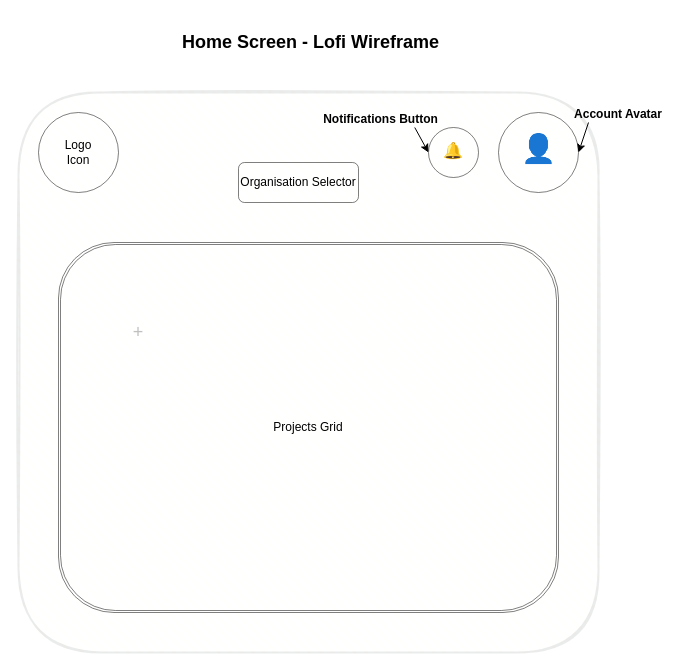
Before: page "Wireframes" (4 of 4) of packages/flutter/apps/adventuring/the_process/docs/design/home/home.dio in enspyrco/monorepo, a draw.io diagram. Source tidied: cells renumbered, new cells numbered last; positions are measured from the earlier drawing's top-left corner, leaving out a move shared by most shapes. Both pictures are drawn from the tidied source at 100%, with x=0, y=0 at pixel (18, 32).
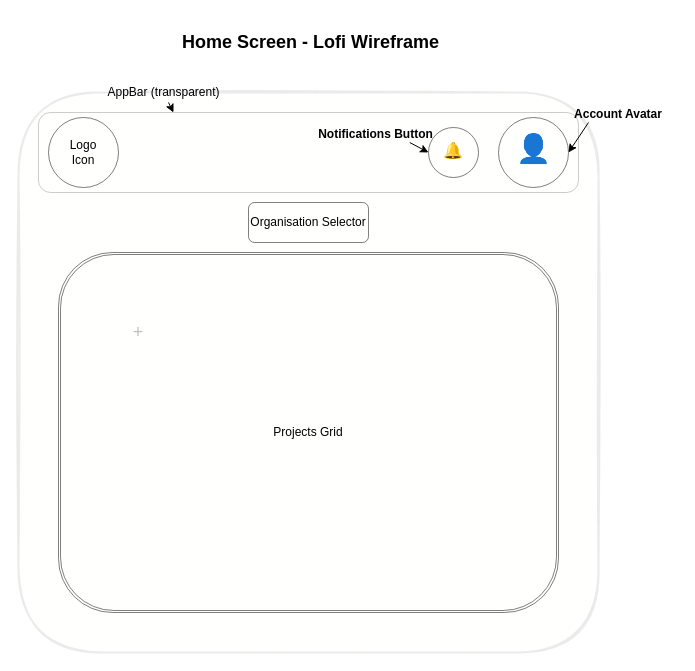
After the change.

Diff of the diagram source:
```diff
@@
 <mxGraphModel>
   <root>
     <mxCell id="0" />
     <mxCell id="1" parent="0" />
     <mxCell id="2" style="rounded=1;whiteSpace=wrap;html=1;strokeWidth=2;fillWeight=4;hachureGap=8;hachureAngle=45;fillColor=#f9f7ed;sketch=1;opacity=10;strokeColor=#36393d;" parent="1" vertex="1">
       <mxGeometry y="60" width="580" height="560" as="geometry" />
     </mxCell>
+    <mxCell id="14" style="rounded=1;whiteSpace=wrap;html=1;opacity=20;" parent="1" vertex="1">
+      <mxGeometry x="20" y="80" width="540" height="80" as="geometry" />
+    </mxCell>
     <mxCell id="3" value="&lt;h2&gt;Home Screen - Lofi Wireframe&lt;/h2&gt;" style="text;html=1;strokeColor=none;fillColor=none;align=center;verticalAlign=middle;whiteSpace=wrap;rounded=0;opacity=50;" parent="1" vertex="1">
       <mxGeometry x="155" width="275" height="20" as="geometry" />
     </mxCell>
     <mxCell id="4" value="Logo&lt;br&gt;Icon" style="ellipse;whiteSpace=wrap;html=1;opacity=50;" parent="1" vertex="1">
-      <mxGeometry x="20" y="80" width="80" height="80" as="geometry" />
+      <mxGeometry x="30" y="85" width="70" height="70" as="geometry" />
     </mxCell>
     <mxCell id="5" value="Organisation Selector" style="rounded=1;whiteSpace=wrap;html=1;opacity=50;" parent="1" vertex="1">
-      <mxGeometry x="220" y="130" width="120" height="40" as="geometry" />
+      <mxGeometry x="230" y="170" width="120" height="40" as="geometry" />
     </mxCell>
     <mxCell id="6" value="&lt;span style=&quot;font-family: &amp;#34;apple color emoji&amp;#34; , &amp;#34;segoe ui emoji&amp;#34; , &amp;#34;notocoloremoji&amp;#34; , &amp;#34;noto color emoji&amp;#34; , &amp;#34;segoe ui symbol&amp;#34; , &amp;#34;android emoji&amp;#34; , &amp;#34;emojisymbols&amp;#34; ; line-height: 1em&quot;&gt;&lt;font style=&quot;font-size: 16px&quot;&gt;🔔&lt;/font&gt;&lt;/span&gt;" style="ellipse;whiteSpace=wrap;html=1;opacity=50;" parent="1" vertex="1">
       <mxGeometry x="410" y="95" width="50" height="50" as="geometry" />
     </mxCell>
     <mxCell id="7" value="&lt;span style=&quot;font-family: &amp;#34;apple color emoji&amp;#34; , &amp;#34;segoe ui emoji&amp;#34; , &amp;#34;notocoloremoji&amp;#34; , &amp;#34;noto color emoji&amp;#34; , &amp;#34;segoe ui symbol&amp;#34; , &amp;#34;android emoji&amp;#34; , &amp;#34;emojisymbols&amp;#34; ; line-height: 1em&quot;&gt;&lt;font style=&quot;font-size: 28px&quot;&gt;👤&lt;/font&gt;&lt;/span&gt;" style="ellipse;whiteSpace=wrap;html=1;opacity=50;" parent="1" vertex="1">
-      <mxGeometry x="480" y="80" width="80" height="80" as="geometry" />
+      <mxGeometry x="480" y="85" width="70" height="70" as="geometry" />
     </mxCell>
     <mxCell id="8" value="&lt;font style=&quot;font-size: 18px&quot;&gt;+&lt;/font&gt;" style="text;html=1;strokeColor=none;fillColor=none;align=center;verticalAlign=middle;whiteSpace=wrap;rounded=0;opacity=10;" parent="1" vertex="1">
       <mxGeometry x="100" y="290" width="40" height="20" as="geometry" />
     </mxCell>
     <mxCell id="9" value="Projects Grid" style="shape=ext;double=1;rounded=1;whiteSpace=wrap;html=1;opacity=50;" parent="1" vertex="1">
-      <mxGeometry x="40" y="210" width="500" height="370" as="geometry" />
+      <mxGeometry x="40" y="220" width="500" height="360" as="geometry" />
     </mxCell>
     <mxCell id="10" style="edgeStyle=none;html=1;exitX=0.25;exitY=1;exitDx=0;exitDy=0;entryX=1;entryY=0.5;entryDx=0;entryDy=0;fontSize=12;" parent="1" edge="1" source="11" target="7">
       <mxGeometry relative="1" as="geometry" />
     </mxCell>
     <mxCell id="11" value="&lt;h2&gt;&lt;font style=&quot;font-size: 12px&quot;&gt;Account Avatar&lt;/font&gt;&lt;/h2&gt;" style="text;html=1;strokeColor=none;fillColor=none;align=center;verticalAlign=middle;whiteSpace=wrap;rounded=0;opacity=50;" parent="1" vertex="1">
       <mxGeometry x="540" y="70" width="120" height="20" as="geometry" />
     </mxCell>
     <mxCell id="12" style="edgeStyle=none;html=1;exitX=0.75;exitY=1;exitDx=0;exitDy=0;entryX=0;entryY=0.5;entryDx=0;entryDy=0;fontSize=12;" parent="1" edge="1" source="13" target="6">
       <mxGeometry relative="1" as="geometry" />
     </mxCell>
     <mxCell id="13" value="&lt;h2&gt;&lt;font style=&quot;font-size: 12px&quot;&gt;Notifications Button&lt;/font&gt;&lt;/h2&gt;" style="text;html=1;strokeColor=none;fillColor=none;align=center;verticalAlign=middle;whiteSpace=wrap;rounded=0;opacity=50;" parent="1" vertex="1">
-      <mxGeometry x="295" y="75" width="135" height="20" as="geometry" />
+      <mxGeometry x="290" y="90" width="135" height="20" as="geometry" />
     </mxCell>
+    <mxCell id="15" style="edgeStyle=none;html=1;entryX=0.25;entryY=0;entryDx=0;entryDy=0;" parent="1" edge="1" source="16" target="14">
+      <mxGeometry relative="1" as="geometry" />
+    </mxCell>
+    <mxCell id="16" value="AppBar (transparent)" style="text;html=1;align=center;verticalAlign=middle;points=[];strokeColor=none;fillColor=none;" parent="1" vertex="1">
+      <mxGeometry x="80" y="50" width="130" height="20" as="geometry" />
+    </mxCell>
   </root>
 </mxGraphModel>
```
